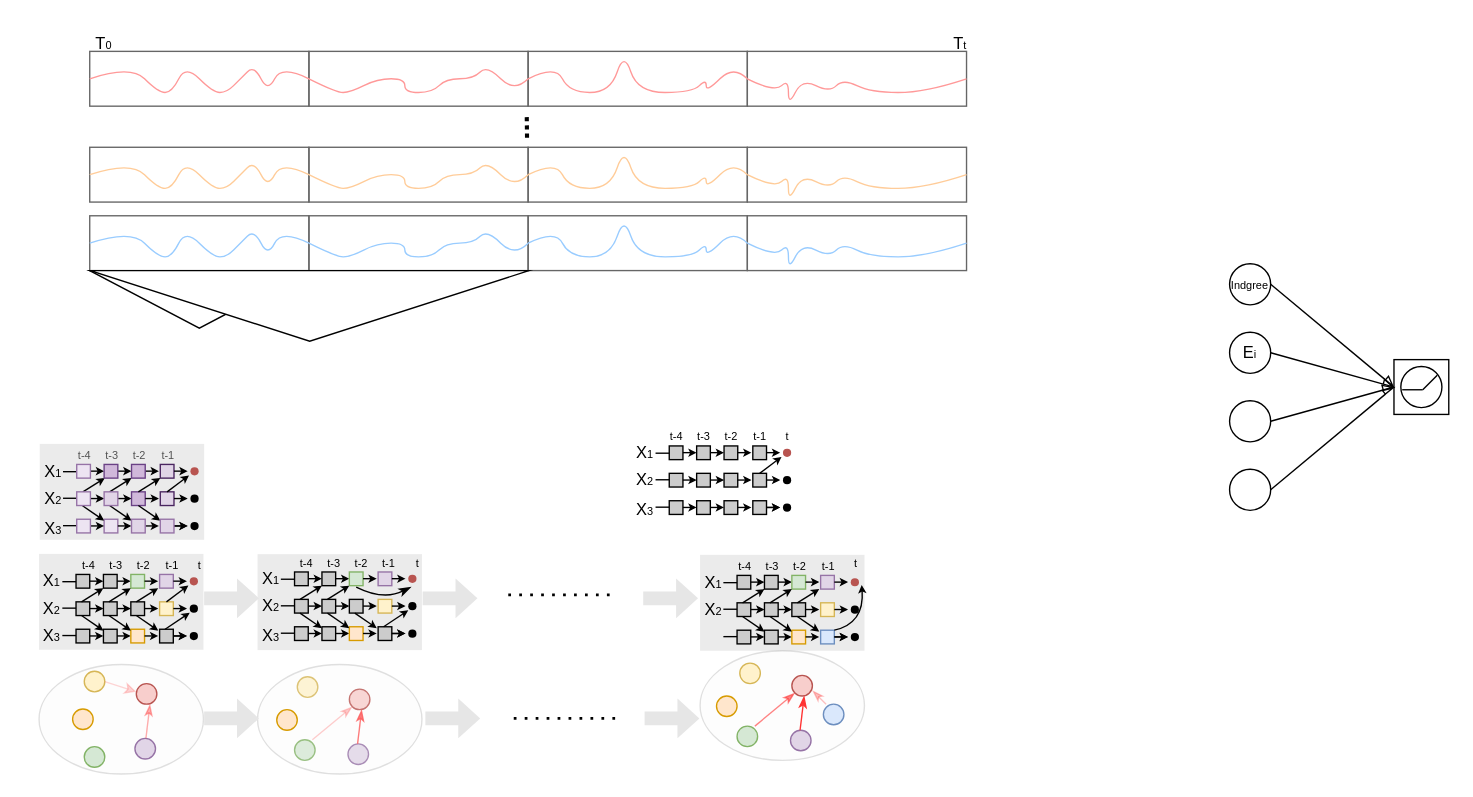
Before: Causal.drawio in hzb29/hzb29, a draw.io diagram. Source tidied: cells renumbered, new cells numbered last; positions are measured from the earlier drawing's top-left corner, leaving out a move shared by most shapes. Both pictures are drawn from the tidied source at 137%, with x=0, y=0 at pixel (23, 23).
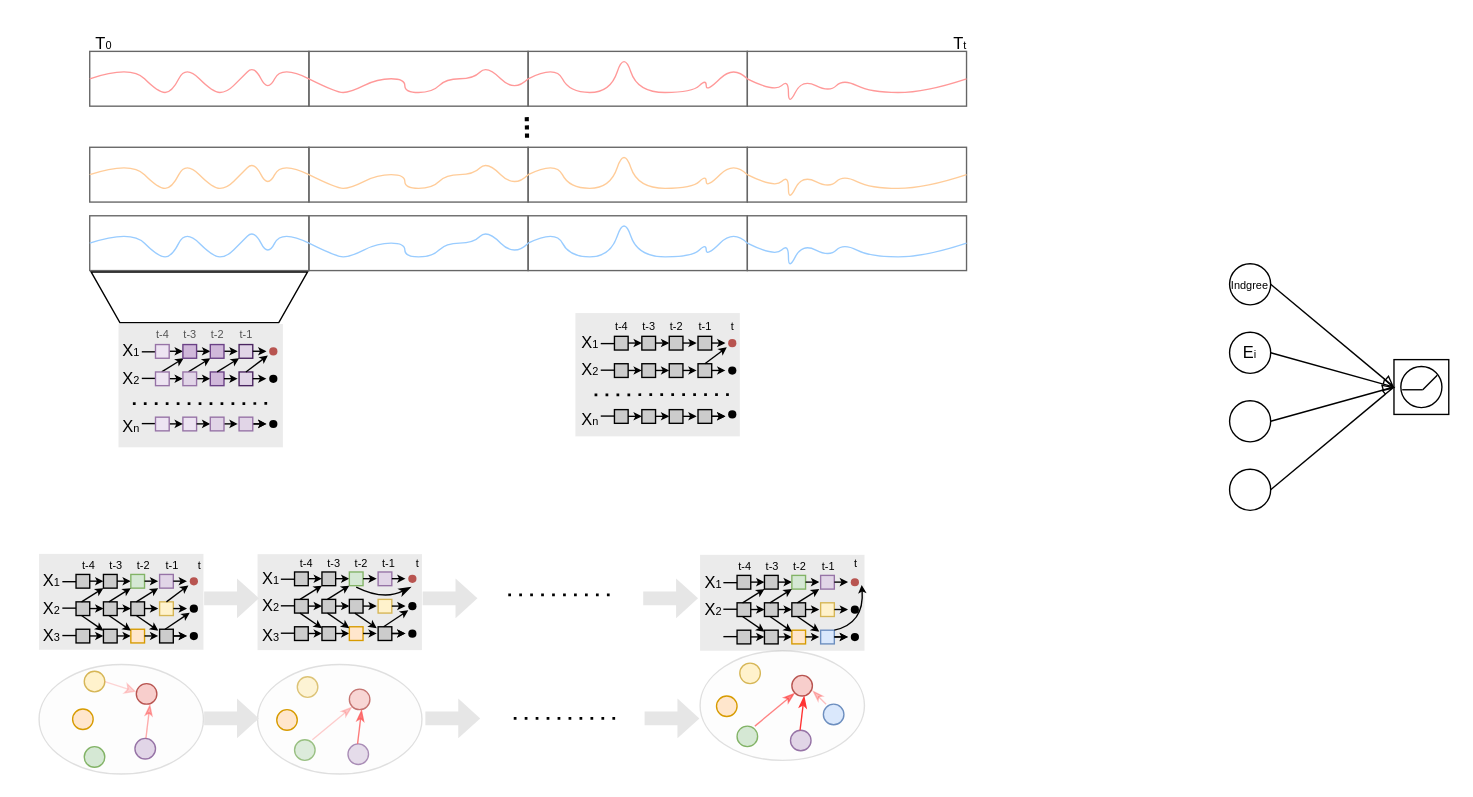
The same diagram, later.

What changed in the source:
```diff
@@
+    <mxCell id="309" style="rounded=0;whiteSpace=wrap;html=1;strokeColor=none;fillColor=#CCCCCC;gradientColor=none;gradientDirection=north;opacity=40;" parent="1" vertex="1">
+      <mxGeometry x="402.5" y="211" width="120" height="90" as="geometry" />
+    </mxCell>
@@
     <mxCell id="184" style="group;" parent="1" vertex="1">
-      <mxGeometry x="0.5" y="298.5" width="134" height="85" as="geometry" />
+      <mxGeometry x="58" y="211" width="134" height="98" as="geometry" />
     </mxCell>
@@
     <mxCell id="189" style="group;" parent="184" vertex="1">
-      <mxGeometry y="8" width="134" height="77" as="geometry" />
+      <mxGeometry y="8" width="134" height="90" as="geometry" />
     </mxCell>
     <mxCell id="190" style="rounded=0;whiteSpace=wrap;html=1;strokeColor=none;fillColor=#CCCCCC;gradientColor=none;gradientDirection=north;opacity=40;" parent="189" vertex="1">
-      <mxGeometry x="11" width="120" height="70" as="geometry" />
+      <mxGeometry x="11" width="120" height="90" as="geometry" />
     </mxCell>
@@
     <mxCell id="193" style="rounded=0;whiteSpace=wrap;html=1;fillColor=#EDE4F2;strokeColor=#9673A6;" parent="189" vertex="1">
-      <mxGeometry x="58" y="55" width="10" height="10" as="geometry" />
+      <mxGeometry x="58" y="68" width="10" height="10" as="geometry" />
     </mxCell>
@@
     <mxCell id="196" style="endArrow=classic;html=1;rounded=0;endSize=3;startSize=3;" parent="189" edge="1">
       <mxGeometry relative="1" as="geometry">
-        <mxPoint x="109" y="59.9" as="sourcePoint" />
-        <mxPoint x="119" y="59.9" as="targetPoint" />
+        <mxPoint x="109" y="72.9" as="sourcePoint" />
+        <mxPoint x="119" y="72.9" as="targetPoint" />
       </mxGeometry>
     </mxCell>
@@
     <mxCell id="201" style="endArrow=classic;html=1;rounded=0;endSize=3;startSize=3;" parent="189" edge="1">
       <mxGeometry relative="1" as="geometry">
-        <mxPoint x="68" y="59.9" as="sourcePoint" />
-        <mxPoint x="78" y="59.9" as="targetPoint" />
+        <mxPoint x="68" y="72.9" as="sourcePoint" />
+        <mxPoint x="78" y="72.9" as="targetPoint" />
       </mxGeometry>
     </mxCell>
     <mxCell id="202" style="endArrow=classic;html=1;rounded=0;endSize=3;startSize=3;" parent="189" edge="1">
       <mxGeometry relative="1" as="geometry">
-        <mxPoint x="48" y="59.9" as="sourcePoint" />
-        <mxPoint x="58" y="59.9" as="targetPoint" />
+        <mxPoint x="48" y="72.9" as="sourcePoint" />
+        <mxPoint x="58" y="72.9" as="targetPoint" />
       </mxGeometry>
     </mxCell>
     <mxCell id="203" style="endArrow=classic;html=1;rounded=0;endSize=3;startSize=3;" parent="189" edge="1">
       <mxGeometry relative="1" as="geometry">
-        <mxPoint x="109" y="59.9" as="sourcePoint" />
-        <mxPoint x="119" y="59.9" as="targetPoint" />
+        <mxPoint x="109" y="72.9" as="sourcePoint" />
+        <mxPoint x="119" y="72.9" as="targetPoint" />
       </mxGeometry>
     </mxCell>
@@
     <mxCell id="209" style="endArrow=classic;html=1;rounded=0;endSize=3;startSize=3;" parent="189" edge="1">
       <mxGeometry relative="1" as="geometry">
-        <mxPoint x="88" y="59.9" as="sourcePoint" />
-        <mxPoint x="98" y="59.9" as="targetPoint" />
+        <mxPoint x="88" y="72.9" as="sourcePoint" />
+        <mxPoint x="98" y="72.9" as="targetPoint" />
       </mxGeometry>
     </mxCell>
@@
     <mxCell id="213" style="shape=waypoint;sketch=0;size=6;fillColor=none;perimeter=centerPerimeter;" parent="189" vertex="1">
-      <mxGeometry x="114" y="50" width="20" height="20" as="geometry" />
+      <mxGeometry x="114" y="63" width="20" height="20" as="geometry" />
     </mxCell>
@@
     <mxCell id="216" style="endArrow=none;html=1;rounded=0;" parent="189" edge="1">
       <mxGeometry relative="1" as="geometry">
-        <mxPoint x="28" y="59.7" as="sourcePoint" />
-        <mxPoint x="38" y="59.7" as="targetPoint" />
+        <mxPoint x="28" y="72.7" as="sourcePoint" />
+        <mxPoint x="38" y="72.7" as="targetPoint" />
       </mxGeometry>
     </mxCell>
-    <mxCell id="217" value="X&lt;font style=&quot;font-size: 8px;&quot;&gt;3&lt;/font&gt;" style="text;html=1;align=center;verticalAlign=middle;strokeColor=none;fillColor=none;" parent="189" vertex="1">
-      <mxGeometry y="47" width="40" height="30" as="geometry" />
+    <mxCell id="217" value="X&lt;span style=&quot;font-size: 8px;&quot;&gt;n&lt;/span&gt;" style="text;html=1;align=center;verticalAlign=middle;strokeColor=none;fillColor=none;" parent="189" vertex="1">
+      <mxGeometry y="60" width="40" height="30" as="geometry" />
     </mxCell>
@@
-    <mxCell id="221" style="endArrow=classic;html=1;rounded=0;endSize=3;startSize=3;exitX=0.5;exitY=0;exitDx=0;exitDy=0;" parent="189" edge="1">
-      <mxGeometry relative="1" as="geometry">
-        <mxPoint x="42" y="45" as="sourcePoint" />
-        <mxPoint x="58" y="56" as="targetPoint" />
-      </mxGeometry>
-    </mxCell>
-    <mxCell id="222" style="endArrow=classic;html=1;rounded=0;endSize=3;startSize=3;exitX=0.5;exitY=0;exitDx=0;exitDy=0;" parent="189" edge="1">
-      <mxGeometry relative="1" as="geometry">
-        <mxPoint x="62" y="45" as="sourcePoint" />
-        <mxPoint x="78" y="56" as="targetPoint" />
-      </mxGeometry>
-    </mxCell>
-    <mxCell id="223" style="endArrow=classic;html=1;rounded=0;endSize=3;startSize=3;exitX=0.5;exitY=0;exitDx=0;exitDy=0;" parent="189" edge="1">
-      <mxGeometry relative="1" as="geometry">
-        <mxPoint x="83" y="45" as="sourcePoint" />
-        <mxPoint x="99" y="56" as="targetPoint" />
-      </mxGeometry>
-    </mxCell>
@@
     <mxCell id="227" style="rounded=0;whiteSpace=wrap;html=1;fillColor=light-dark(#E1D5E7,#3A2E3F);strokeColor=#9673a6;" parent="189" vertex="1">
-      <mxGeometry x="78" y="55" width="10" height="10" as="geometry" />
+      <mxGeometry x="78" y="68" width="10" height="10" as="geometry" />
     </mxCell>
     <mxCell id="228" style="rounded=0;whiteSpace=wrap;html=1;fillColor=light-dark(#E1D5E7,#3A2E3F);strokeColor=#9673a6;" parent="189" vertex="1">
-      <mxGeometry x="99" y="55" width="10" height="10" as="geometry" />
+      <mxGeometry x="99" y="68" width="10" height="10" as="geometry" />
     </mxCell>
     <mxCell id="229" style="rounded=0;whiteSpace=wrap;html=1;fillColor=#EDE4F2;strokeColor=#9673A6;" parent="189" vertex="1">
-      <mxGeometry x="38" y="55" width="10" height="10" as="geometry" />
+      <mxGeometry x="38" y="68" width="10" height="10" as="geometry" />
     </mxCell>
@@
+    <mxCell id="310" style="endArrow=none;dashed=1;html=1;dashPattern=1 3;strokeWidth=2;rounded=0;exitX=0.425;exitY=-0.078;exitDx=0;exitDy=0;exitPerimeter=0;" parent="189" edge="1">
+      <mxGeometry relative="1" as="geometry">
+        <mxPoint x="21.5" y="58.2" as="sourcePoint" />
+        <mxPoint x="124.5" y="58" as="targetPoint" />
+      </mxGeometry>
+    </mxCell>
@@
     <mxCell id="267" style="rounded=0;whiteSpace=wrap;html=1;fillColor=#CCCCCC;" parent="1" vertex="1">
-      <mxGeometry x="471" y="308" width="10" height="10" as="geometry" />
+      <mxGeometry x="431" y="228" width="10" height="10" as="geometry" />
     </mxCell>
     <mxCell id="268" style="rounded=0;whiteSpace=wrap;html=1;fillColor=#CCCCCC;" parent="1" vertex="1">
-      <mxGeometry x="491" y="308" width="10" height="10" as="geometry" />
+      <mxGeometry x="451" y="228" width="10" height="10" as="geometry" />
     </mxCell>
     <mxCell id="269" style="rounded=0;whiteSpace=wrap;html=1;fillColor=#CCCCCC;strokeColor=#000000;" parent="1" vertex="1">
-      <mxGeometry x="532" y="308" width="10" height="10" as="geometry" />
+      <mxGeometry x="492" y="228" width="10" height="10" as="geometry" />
     </mxCell>
     <mxCell id="270" style="rounded=0;whiteSpace=wrap;html=1;fillColor=#CCCCCC;" parent="1" vertex="1">
-      <mxGeometry x="471" y="328" width="10" height="10" as="geometry" />
+      <mxGeometry x="431" y="248" width="10" height="10" as="geometry" />
     </mxCell>
     <mxCell id="271" style="rounded=0;whiteSpace=wrap;html=1;fillColor=#CCCCCC;" parent="1" vertex="1">
-      <mxGeometry x="491" y="328" width="10" height="10" as="geometry" />
+      <mxGeometry x="451" y="248" width="10" height="10" as="geometry" />
     </mxCell>
     <mxCell id="272" style="rounded=0;whiteSpace=wrap;html=1;fillColor=#CCCCCC;strokeColor=#000000;" parent="1" vertex="1">
-      <mxGeometry x="532" y="328" width="10" height="10" as="geometry" />
+      <mxGeometry x="492" y="248" width="10" height="10" as="geometry" />
     </mxCell>
     <mxCell id="273" style="rounded=0;whiteSpace=wrap;html=1;fillColor=#CCCCCC;" parent="1" vertex="1">
-      <mxGeometry x="471" y="348" width="10" height="10" as="geometry" />
+      <mxGeometry x="431" y="281.5" width="10" height="10" as="geometry" />
     </mxCell>
     <mxCell id="274" style="rounded=0;whiteSpace=wrap;html=1;fillColor=#CCCCCC;" parent="1" vertex="1">
-      <mxGeometry x="491" y="348" width="10" height="10" as="geometry" />
+      <mxGeometry x="451" y="281.5" width="10" height="10" as="geometry" />
     </mxCell>
     <mxCell id="275" style="rounded=0;whiteSpace=wrap;html=1;fillColor=#CCCCCC;strokeColor=#000000;" parent="1" vertex="1">
-      <mxGeometry x="532" y="348" width="10" height="10" as="geometry" />
+      <mxGeometry x="492" y="281.5" width="10" height="10" as="geometry" />
     </mxCell>
     <mxCell id="276" style="endArrow=classic;html=1;rounded=0;endSize=3;startSize=3;" parent="1" edge="1">
       <mxGeometry relative="1" as="geometry">
-        <mxPoint x="542" y="332.9" as="sourcePoint" />
-        <mxPoint x="552" y="332.9" as="targetPoint" />
+        <mxPoint x="502" y="252.9" as="sourcePoint" />
+        <mxPoint x="512" y="252.9" as="targetPoint" />
       </mxGeometry>
     </mxCell>
     <mxCell id="277" style="endArrow=classic;html=1;rounded=0;endSize=3;startSize=3;" parent="1" edge="1">
       <mxGeometry relative="1" as="geometry">
-        <mxPoint x="542" y="312.9" as="sourcePoint" />
-        <mxPoint x="552" y="312.9" as="targetPoint" />
+        <mxPoint x="502" y="232.9" as="sourcePoint" />
+        <mxPoint x="512" y="232.9" as="targetPoint" />
       </mxGeometry>
     </mxCell>
     <mxCell id="278" style="endArrow=classic;html=1;rounded=0;endSize=3;startSize=3;" parent="1" edge="1">
       <mxGeometry relative="1" as="geometry">
-        <mxPoint x="542" y="352.9" as="sourcePoint" />
-        <mxPoint x="552" y="352.9" as="targetPoint" />
+        <mxPoint x="502" y="286.4" as="sourcePoint" />
+        <mxPoint x="512" y="286.4" as="targetPoint" />
       </mxGeometry>
     </mxCell>
     <mxCell id="279" style="endArrow=classic;html=1;rounded=0;endSize=3;startSize=3;" parent="1" edge="1">
       <mxGeometry relative="1" as="geometry">
-        <mxPoint x="501" y="332.9" as="sourcePoint" />
-        <mxPoint x="511" y="332.9" as="targetPoint" />
+        <mxPoint x="461" y="252.9" as="sourcePoint" />
+        <mxPoint x="471" y="252.9" as="targetPoint" />
       </mxGeometry>
     </mxCell>
     <mxCell id="280" style="endArrow=classic;html=1;rounded=0;endSize=3;startSize=3;" parent="1" edge="1">
       <mxGeometry relative="1" as="geometry">
-        <mxPoint x="501" y="312.9" as="sourcePoint" />
-        <mxPoint x="511" y="312.9" as="targetPoint" />
+        <mxPoint x="461" y="232.9" as="sourcePoint" />
+        <mxPoint x="471" y="232.9" as="targetPoint" />
       </mxGeometry>
     </mxCell>
     <mxCell id="281" style="endArrow=classic;html=1;rounded=0;endSize=3;startSize=3;" parent="1" edge="1">
       <mxGeometry relative="1" as="geometry">
-        <mxPoint x="481" y="312.9" as="sourcePoint" />
-        <mxPoint x="491" y="312.9" as="targetPoint" />
+        <mxPoint x="441" y="232.9" as="sourcePoint" />
+        <mxPoint x="451" y="232.9" as="targetPoint" />
       </mxGeometry>
     </mxCell>
     <mxCell id="282" style="endArrow=classic;html=1;rounded=0;endSize=3;startSize=3;" parent="1" edge="1">
       <mxGeometry relative="1" as="geometry">
-        <mxPoint x="481" y="332.9" as="sourcePoint" />
-        <mxPoint x="491" y="332.9" as="targetPoint" />
+        <mxPoint x="441" y="252.9" as="sourcePoint" />
+        <mxPoint x="451" y="252.9" as="targetPoint" />
       </mxGeometry>
     </mxCell>
     <mxCell id="283" style="endArrow=classic;html=1;rounded=0;endSize=3;startSize=3;" parent="1" edge="1">
       <mxGeometry relative="1" as="geometry">
-        <mxPoint x="501" y="352.9" as="sourcePoint" />
-        <mxPoint x="511" y="352.9" as="targetPoint" />
+        <mxPoint x="461" y="286.4" as="sourcePoint" />
+        <mxPoint x="471" y="286.4" as="targetPoint" />
       </mxGeometry>
     </mxCell>
     <mxCell id="284" style="endArrow=classic;html=1;rounded=0;endSize=3;startSize=3;" parent="1" edge="1">
       <mxGeometry relative="1" as="geometry">
-        <mxPoint x="481" y="352.9" as="sourcePoint" />
-        <mxPoint x="491" y="352.9" as="targetPoint" />
+        <mxPoint x="441" y="286.4" as="sourcePoint" />
+        <mxPoint x="451" y="286.4" as="targetPoint" />
       </mxGeometry>
     </mxCell>
     <mxCell id="285" style="endArrow=classic;html=1;rounded=0;endSize=3;startSize=3;" parent="1" edge="1">
       <mxGeometry relative="1" as="geometry">
-        <mxPoint x="542" y="352.9" as="sourcePoint" />
-        <mxPoint x="552" y="352.9" as="targetPoint" />
+        <mxPoint x="502" y="286.4" as="sourcePoint" />
+        <mxPoint x="512" y="286.4" as="targetPoint" />
       </mxGeometry>
     </mxCell>
     <mxCell id="286" style="endArrow=classic;html=1;rounded=0;endSize=3;startSize=3;exitX=0.5;exitY=0;exitDx=0;exitDy=0;" parent="1" edge="1" source="272">
       <mxGeometry relative="1" as="geometry">
-        <mxPoint x="553" y="316" as="targetPoint" />
+        <mxPoint x="513" y="236" as="targetPoint" />
       </mxGeometry>
     </mxCell>
     <mxCell id="287" style="shape=waypoint;sketch=0;size=6;fillColor=#f8cecc;perimeter=centerPerimeter;strokeColor=#b85450;" parent="1" vertex="1">
-      <mxGeometry x="547" y="303" width="20" height="20" as="geometry" />
+      <mxGeometry x="507" y="223" width="20" height="20" as="geometry" />
     </mxCell>
     <mxCell id="288" style="rounded=0;whiteSpace=wrap;html=1;fillColor=#CCCCCC;strokeColor=#000000;" parent="1" vertex="1">
-      <mxGeometry x="511" y="308" width="10" height="10" as="geometry" />
+      <mxGeometry x="471" y="228" width="10" height="10" as="geometry" />
     </mxCell>
     <mxCell id="289" style="rounded=0;whiteSpace=wrap;html=1;fillColor=#CCCCCC;" parent="1" vertex="1">
-      <mxGeometry x="511" y="328" width="10" height="10" as="geometry" />
+      <mxGeometry x="471" y="248" width="10" height="10" as="geometry" />
     </mxCell>
     <mxCell id="290" style="rounded=0;whiteSpace=wrap;html=1;fillColor=#CCCCCC;strokeColor=#000000;" parent="1" vertex="1">
-      <mxGeometry x="511" y="348" width="10" height="10" as="geometry" />
+      <mxGeometry x="471" y="281.5" width="10" height="10" as="geometry" />
     </mxCell>
     <mxCell id="291" style="endArrow=classic;html=1;rounded=0;endSize=3;startSize=3;" parent="1" edge="1">
       <mxGeometry relative="1" as="geometry">
-        <mxPoint x="521" y="332.9" as="sourcePoint" />
-        <mxPoint x="531" y="332.9" as="targetPoint" />
+        <mxPoint x="481" y="252.9" as="sourcePoint" />
+        <mxPoint x="491" y="252.9" as="targetPoint" />
       </mxGeometry>
     </mxCell>
     <mxCell id="292" style="endArrow=classic;html=1;rounded=0;endSize=3;startSize=3;" parent="1" edge="1">
       <mxGeometry relative="1" as="geometry">
-        <mxPoint x="521" y="312.9" as="sourcePoint" />
-        <mxPoint x="531" y="312.9" as="targetPoint" />
+        <mxPoint x="481" y="232.9" as="sourcePoint" />
+        <mxPoint x="491" y="232.9" as="targetPoint" />
       </mxGeometry>
     </mxCell>
     <mxCell id="293" style="endArrow=classic;html=1;rounded=0;endSize=3;startSize=3;" parent="1" edge="1">
       <mxGeometry relative="1" as="geometry">
-        <mxPoint x="521" y="352.9" as="sourcePoint" />
-        <mxPoint x="531" y="352.9" as="targetPoint" />
+        <mxPoint x="481" y="286.4" as="sourcePoint" />
+        <mxPoint x="491" y="286.4" as="targetPoint" />
       </mxGeometry>
     </mxCell>
     <mxCell id="294" value="X&lt;font style=&quot;font-size: 8px;&quot;&gt;1&lt;/font&gt;" style="text;html=1;align=center;verticalAlign=middle;strokeColor=none;fillColor=none;" parent="1" vertex="1">
-      <mxGeometry x="433" y="298" width="40" height="30" as="geometry" />
+      <mxGeometry x="393" y="218" width="40" height="30" as="geometry" />
     </mxCell>
     <mxCell id="295" value="X&lt;font style=&quot;font-size: 8px;&quot;&gt;2&lt;/font&gt;" style="text;html=1;align=center;verticalAlign=middle;strokeColor=none;fillColor=none;" parent="1" vertex="1">
-      <mxGeometry x="433" y="318" width="40" height="30" as="geometry" />
+      <mxGeometry x="393" y="238" width="40" height="30" as="geometry" />
     </mxCell>
     <mxCell id="296" style="shape=waypoint;sketch=0;size=6;fillColor=none;perimeter=centerPerimeter;" parent="1" vertex="1">
-      <mxGeometry x="547" y="323" width="20" height="20" as="geometry" />
+      <mxGeometry x="507" y="243" width="20" height="20" as="geometry" />
     </mxCell>
     <mxCell id="297" style="shape=waypoint;sketch=0;size=6;fillColor=none;perimeter=centerPerimeter;" parent="1" vertex="1">
-      <mxGeometry x="547" y="343" width="20" height="20" as="geometry" />
+      <mxGeometry x="507" y="275" width="20" height="20" as="geometry" />
     </mxCell>
     <mxCell id="298" style="endArrow=none;html=1;rounded=0;" parent="1" edge="1">
       <mxGeometry relative="1" as="geometry">
-        <mxPoint x="461" y="313.3" as="sourcePoint" />
-        <mxPoint x="471" y="313.3" as="targetPoint" />
+        <mxPoint x="421" y="233.3" as="sourcePoint" />
+        <mxPoint x="431" y="233.3" as="targetPoint" />
       </mxGeometry>
     </mxCell>
     <mxCell id="299" style="endArrow=none;html=1;rounded=0;" parent="1" edge="1">
       <mxGeometry relative="1" as="geometry">
-        <mxPoint x="461" y="332.7" as="sourcePoint" />
-        <mxPoint x="471" y="332.7" as="targetPoint" />
+        <mxPoint x="421" y="252.7" as="sourcePoint" />
+        <mxPoint x="431" y="252.7" as="targetPoint" />
       </mxGeometry>
     </mxCell>
     <mxCell id="300" style="endArrow=none;html=1;rounded=0;" parent="1" edge="1">
       <mxGeometry relative="1" as="geometry">
-        <mxPoint x="461" y="352.7" as="sourcePoint" />
-        <mxPoint x="471" y="352.7" as="targetPoint" />
+        <mxPoint x="421" y="286.2" as="sourcePoint" />
+        <mxPoint x="431" y="286.2" as="targetPoint" />
       </mxGeometry>
     </mxCell>
     <mxCell id="301" value="&lt;font style=&quot;font-size: 8px;&quot;&gt;t-4&lt;/font&gt;" style="text;html=1;align=center;verticalAlign=middle;strokeColor=none;fillColor=none;" parent="1" vertex="1">
-      <mxGeometry x="461" y="285" width="30" height="30" as="geometry" />
+      <mxGeometry x="421" y="205" width="30" height="30" as="geometry" />
     </mxCell>
     <mxCell id="302" value="&lt;font style=&quot;font-size: 8px;&quot;&gt;t-3&lt;/font&gt;" style="text;html=1;align=center;verticalAlign=middle;strokeColor=none;fillColor=none;" parent="1" vertex="1">
-      <mxGeometry x="481" y="285" width="30" height="30" as="geometry" />
+      <mxGeometry x="441" y="205" width="30" height="30" as="geometry" />
     </mxCell>
     <mxCell id="303" value="&lt;font style=&quot;font-size: 8px;&quot;&gt;t-2&lt;/font&gt;" style="text;html=1;align=center;verticalAlign=middle;strokeColor=none;fillColor=none;" parent="1" vertex="1">
-      <mxGeometry x="501" y="285" width="30" height="30" as="geometry" />
+      <mxGeometry x="461" y="205" width="30" height="30" as="geometry" />
     </mxCell>
     <mxCell id="304" value="&lt;font style=&quot;font-size: 8px;&quot;&gt;t-1&lt;/font&gt;" style="text;html=1;align=center;verticalAlign=middle;strokeColor=none;fillColor=none;" parent="1" vertex="1">
-      <mxGeometry x="522" y="285" width="30" height="30" as="geometry" />
+      <mxGeometry x="482" y="205" width="30" height="30" as="geometry" />
     </mxCell>
     <mxCell id="305" value="&lt;font style=&quot;font-size: 8px;&quot;&gt;t&lt;/font&gt;" style="text;html=1;align=center;verticalAlign=middle;strokeColor=none;fillColor=none;" parent="1" vertex="1">
-      <mxGeometry x="542" y="285" width="30" height="30" as="geometry" />
+      <mxGeometry x="502" y="205" width="30" height="30" as="geometry" />
     </mxCell>
-    <mxCell id="306" value="X&lt;font style=&quot;font-size: 8px;&quot;&gt;3&lt;/font&gt;" style="text;html=1;align=center;verticalAlign=middle;strokeColor=none;fillColor=none;" parent="1" vertex="1">
-      <mxGeometry x="433" y="340" width="40" height="30" as="geometry" />
+    <mxCell id="306" value="X&lt;span style=&quot;font-size: 8px;&quot;&gt;n&lt;/span&gt;" style="text;html=1;align=center;verticalAlign=middle;strokeColor=none;fillColor=none;" parent="1" vertex="1">
+      <mxGeometry x="393" y="273.5" width="40" height="30" as="geometry" />
     </mxCell>
-    <mxCell id="307" style="triangle;whiteSpace=wrap;html=1;rotation=90;" parent="1" vertex="1">
-      <mxGeometry x="107" y="121" width="42" height="160" as="geometry" />
-    </mxCell>
-    <mxCell id="308" style="triangle;whiteSpace=wrap;html=1;rotation=90;" parent="1" vertex="1">
-      <mxGeometry x="182.8" y="45.8" width="51.5" height="320" as="geometry" />
-    </mxCell>
+    <mxCell id="311" style="endArrow=none;dashed=1;html=1;dashPattern=1 3;strokeWidth=2;rounded=0;exitX=0.425;exitY=-0.078;exitDx=0;exitDy=0;exitPerimeter=0;" parent="1" edge="1">
+      <mxGeometry relative="1" as="geometry">
+        <mxPoint x="416.5" y="270.7" as="sourcePoint" />
+        <mxPoint x="519.5" y="270.5" as="targetPoint" />
+      </mxGeometry>
+    </mxCell>
+    <mxCell id="312" style="shape=trapezoid;perimeter=trapezoidPerimeter;whiteSpace=wrap;html=1;fixedSize=1;rotation=-180;size=21;" parent="1" vertex="1">
+      <mxGeometry x="49" y="181" width="158" height="37" as="geometry" />
+    </mxCell>
```
